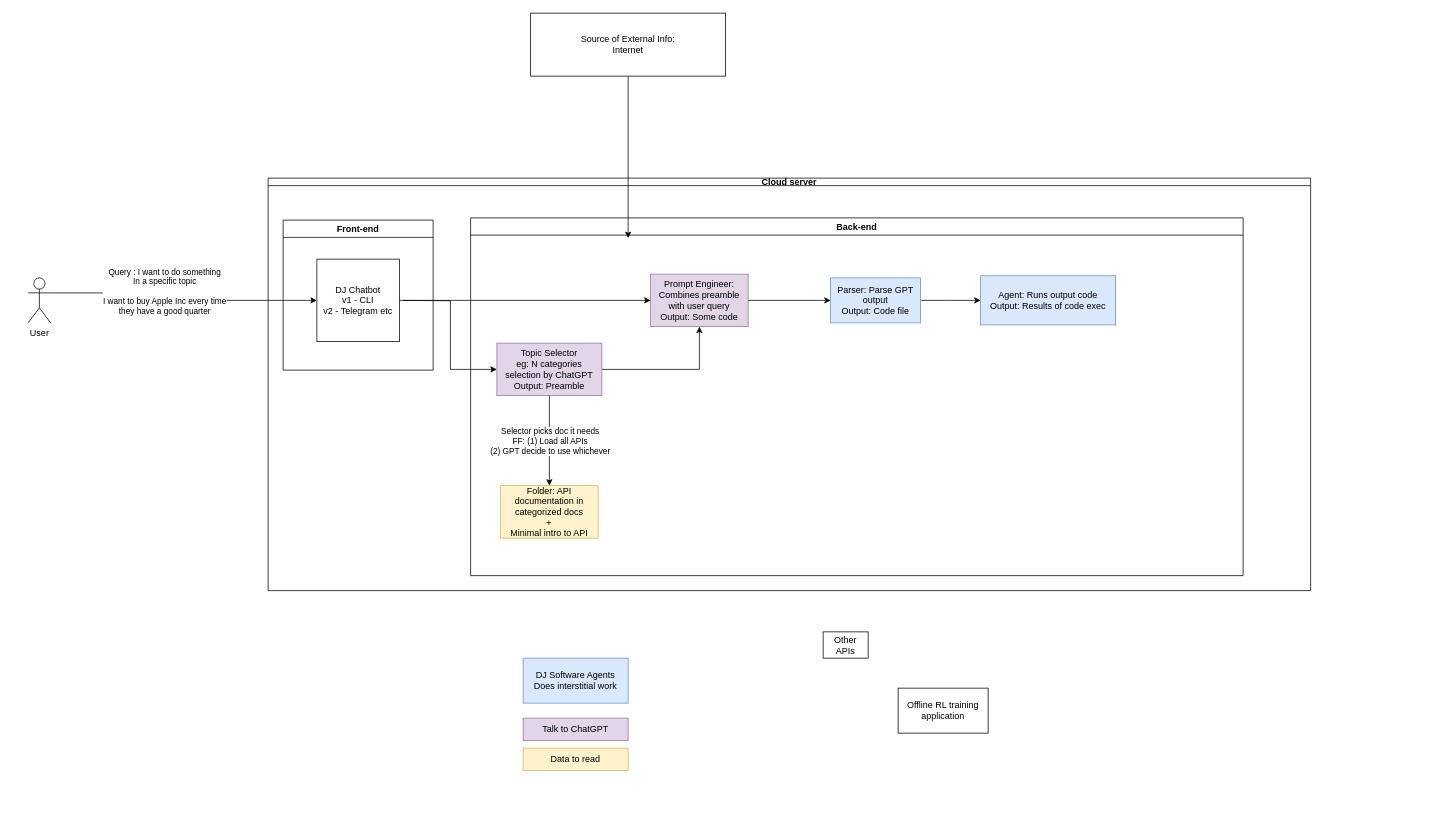
The draw.io diagram DJ_plugin.drawio in danmohad/tweeter-tweeter, before the edit. Source tidied: cells renumbered, new cells numbered last; positions are measured from the earlier drawing's top-left corner, leaving out a move shared by most shapes. Both pictures are drawn from the tidied source at 75%, with x=0, y=0 at pixel (28, 13).
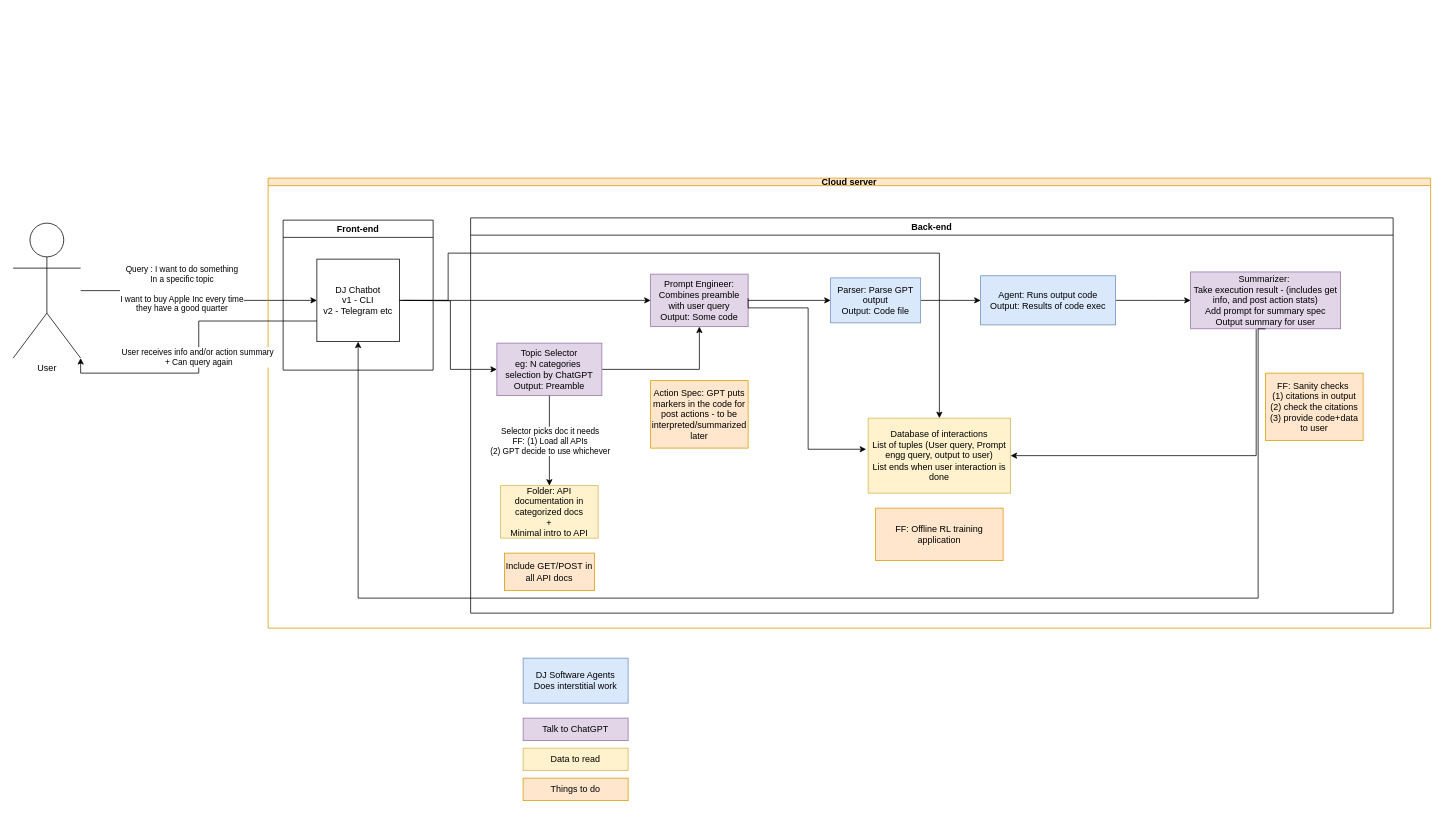
The same diagram, later.

Commit message:
MVP complete

The change refers to these unchanged cells:
```xml
<mxCell id="11" value="DJ Chatbot&lt;br&gt;v1 - CLI&lt;br&gt;v2 - Telegram etc" style="whiteSpace=wrap;html=1;" parent="8" vertex="1">
  <mxGeometry x="65" y="108" width="110" height="110" as="geometry" />
</mxCell>
<mxCell id="21" value="Agent: Runs output code&lt;br&gt;Output: Results of code exec" style="rounded=0;whiteSpace=wrap;html=1;fillColor=#dae8fc;strokeColor=#6c8ebf;" parent="8" vertex="1">
  <mxGeometry x="950" y="130.2" width="180" height="65.5" as="geometry" />
</mxCell>
```

Diff of the diagram source:
```diff
@@
-    <mxCell id="2" style="edgeStyle=orthogonalEdgeStyle;rounded=0;jettySize=auto;html=1;exitX=1;exitY=0.3333333333333333;exitDx=0;exitDy=0;exitPerimeter=0;" parent="1" edge="1" source="4" target="11">
+    <mxCell id="2" style="edgeStyle=orthogonalEdgeStyle;rounded=0;jettySize=auto;html=1;" parent="1" edge="1" source="4" target="11">
       <mxGeometry relative="1" as="geometry" />
     </mxCell>
@@
     <mxCell id="4" value="User" style="shape=umlActor;verticalLabelPosition=bottom;verticalAlign=top;html=1;outlineConnect=0;" parent="1" vertex="1">
-      <mxGeometry y="353" width="30" height="60" as="geometry" />
+      <mxGeometry x="-20" y="280" width="90" height="180" as="geometry" />
     </mxCell>
@@
     <mxCell id="6" value="Back-end" style="swimlane;whiteSpace=wrap;html=1;" parent="1" vertex="1">
-      <mxGeometry x="590" y="273" width="1030" height="477" as="geometry" />
+      <mxGeometry x="590" y="273" width="1230" height="527" as="geometry" />
     </mxCell>
-    <mxCell id="7" value="Other APIs" style="rounded=0;whiteSpace=wrap;html=1;" parent="1" vertex="1">
-      <mxGeometry x="1060" y="825" width="60" height="35" as="geometry" />
-    </mxCell>
-    <mxCell id="8" value="Cloud server" style="swimlane;whiteSpace=wrap;html=1;startSize=10;" parent="1" vertex="1">
-      <mxGeometry x="320" y="220" width="1390" height="550" as="geometry" />
+    <mxCell id="8" value="Cloud server" style="swimlane;whiteSpace=wrap;html=1;startSize=10;fillColor=#ffe6cc;strokeColor=#d79b00;" parent="1" vertex="1">
+      <mxGeometry x="320" y="220" width="1550" height="600" as="geometry" />
     </mxCell>
@@
-    <mxCell id="13" value="Topic Selector&lt;br&gt;eg: N categories&lt;br&gt;selection by ChatGPT&lt;br&gt;Output: Preamble" style="rounded=0;whiteSpace=wrap;html=1;fillColor=#e1d5e7;strokeColor=#9673a6;" parent="8" vertex="1">
+    <mxCell id="13" value="Topic Selector&lt;br&gt;eg: N categories&amp;nbsp;&lt;br&gt;selection by ChatGPT&lt;br&gt;Output: Preamble" style="rounded=0;whiteSpace=wrap;html=1;fillColor=#e1d5e7;strokeColor=#9673a6;" parent="8" vertex="1">
       <mxGeometry x="305" y="220" width="140" height="70" as="geometry" />
     </mxCell>
@@
+    <mxCell id="28" style="edgeStyle=orthogonalEdgeStyle;rounded=0;jettySize=auto;html=1;" parent="8" edge="1" source="21" target="32">
+      <mxGeometry relative="1" as="geometry" />
+    </mxCell>
@@
-    <mxCell id="22" style="edgeStyle=orthogonalEdgeStyle;rounded=0;jettySize=auto;html=1;" parent="1" edge="1" source="23">
-      <mxGeometry relative="1" as="geometry">
-        <mxPoint x="800" y="300" as="targetPoint" />
-      </mxGeometry>
-    </mxCell>
-    <mxCell id="23" value="Source of External Info:&lt;br&gt;Internet" style="rounded=0;whiteSpace=wrap;html=1;" parent="1" vertex="1">
-      <mxGeometry x="670" width="260" height="84" as="geometry" />
-    </mxCell>
+    <mxCell id="29" value="Action Spec: GPT puts markers in the code for post actions - to be interpreted/summarized later" style="rounded=0;whiteSpace=wrap;html=1;fillColor=#ffe6cc;strokeColor=#d79b00;" parent="8" vertex="1">
+      <mxGeometry x="510" y="270" width="130" height="90" as="geometry" />
+    </mxCell>
+    <mxCell id="30" value="Include GET/POST in all API docs" style="rounded=0;whiteSpace=wrap;html=1;fillColor=#ffe6cc;strokeColor=#d79b00;" parent="8" vertex="1">
+      <mxGeometry x="315" y="500" width="120" height="50" as="geometry" />
+    </mxCell>
+    <mxCell id="31" value="FF: Sanity checks&amp;nbsp;&lt;br&gt;(1) citations in output&lt;br&gt;(2) check the citations&lt;br&gt;(3) provide code+data to user" style="rounded=0;whiteSpace=wrap;html=1;fillColor=#ffe6cc;strokeColor=#d79b00;" parent="8" vertex="1">
+      <mxGeometry x="1330" y="260" width="130" height="90" as="geometry" />
+    </mxCell>
+    <mxCell id="32" value="Summarizer:&amp;nbsp;&lt;br&gt;Take execution result - (includes get info, and post action stats)&lt;br&gt;Add prompt for summary spec&lt;br&gt;Output summary for user" style="rounded=0;whiteSpace=wrap;html=1;fillColor=#e1d5e7;strokeColor=#9673a6;" parent="8" vertex="1">
+      <mxGeometry x="1230" y="125.1" width="200" height="75.8" as="geometry" />
+    </mxCell>
-    <mxCell id="24" value="Offline RL training application" style="rounded=0;whiteSpace=wrap;html=1;" parent="1" vertex="1">
-      <mxGeometry x="1160" y="900" width="120" height="60" as="geometry" />
+    <mxCell id="24" value="FF: Offline RL training application" style="rounded=0;whiteSpace=wrap;html=1;fillColor=#ffe6cc;strokeColor=#d79b00;" parent="8" vertex="1">
+      <mxGeometry x="810" y="440" width="170" height="70" as="geometry" />
     </mxCell>
+    <mxCell id="33" value="Database of interactions&lt;br&gt;List of tuples (User query, Prompt engg query, output to user)&lt;br&gt;List ends when user interaction is done" style="rounded=0;whiteSpace=wrap;html=1;fillColor=#fff2cc;strokeColor=#d6b656;" parent="8" vertex="1">
+      <mxGeometry x="800" y="320" width="190" height="100" as="geometry" />
+    </mxCell>
+    <mxCell id="34" style="edgeStyle=orthogonalEdgeStyle;rounded=0;jettySize=auto;html=1;entryX=0.5;entryY=0;entryDx=0;entryDy=0;exitX=1;exitY=0.5;exitDx=0;exitDy=0;" parent="8" edge="1" source="11" target="33">
+      <mxGeometry relative="1" as="geometry">
+        <Array as="points">
+          <mxPoint x="240" y="163" />
+          <mxPoint x="240" y="100" />
+          <mxPoint x="895" y="100" />
+        </Array>
+      </mxGeometry>
+    </mxCell>
+    <mxCell id="35" style="edgeStyle=orthogonalEdgeStyle;rounded=0;jettySize=auto;html=1;entryX=-0.014;entryY=0.415;entryDx=0;entryDy=0;entryPerimeter=0;" parent="8" edge="1" target="33">
+      <mxGeometry relative="1" as="geometry">
+        <mxPoint x="640" y="160" as="sourcePoint" />
+        <Array as="points">
+          <mxPoint x="720" y="173" />
+          <mxPoint x="720" y="362" />
+        </Array>
+      </mxGeometry>
+    </mxCell>
+    <mxCell id="36" style="edgeStyle=orthogonalEdgeStyle;rounded=0;jettySize=auto;html=1;entryX=1;entryY=0.5;entryDx=0;entryDy=0;exitX=0.437;exitY=1.009;exitDx=0;exitDy=0;exitPerimeter=0;" parent="8" edge="1" source="32" target="33">
+      <mxGeometry relative="1" as="geometry" />
+    </mxCell>
@@
+    <mxCell id="37" value="Things to do" style="rounded=0;whiteSpace=wrap;html=1;fillColor=#ffe6cc;strokeColor=#d79b00;" parent="1" vertex="1">
+      <mxGeometry x="660" y="1020" width="140" height="30" as="geometry" />
+    </mxCell>
+    <mxCell id="38" style="edgeStyle=orthogonalEdgeStyle;rounded=0;jettySize=auto;html=1;exitX=0.5;exitY=1;exitDx=0;exitDy=0;" parent="1" edge="1" source="32">
+      <mxGeometry relative="1" as="geometry">
+        <mxPoint x="440" y="438" as="targetPoint" />
+        <Array as="points">
+          <mxPoint x="1640" y="780" />
+          <mxPoint x="440" y="780" />
+        </Array>
+      </mxGeometry>
+    </mxCell>
+    <mxCell id="39" style="edgeStyle=orthogonalEdgeStyle;rounded=0;jettySize=auto;html=1;exitX=0;exitY=0.75;exitDx=0;exitDy=0;entryX=1;entryY=1;entryDx=0;entryDy=0;entryPerimeter=0;" parent="1" edge="1" source="11" target="4">
+      <mxGeometry relative="1" as="geometry" />
+    </mxCell>
+    <mxCell id="40" value="User receives info and/or action summary&lt;br&gt;&amp;nbsp;+ Can query again" style="edgeLabel;html=1;align=center;verticalAlign=middle;" parent="39" vertex="1">
+      <mxGeometry x="0.02" y="-2" relative="1" as="geometry">
+        <mxPoint y="-1" as="offset" />
+      </mxGeometry>
+    </mxCell>
```
